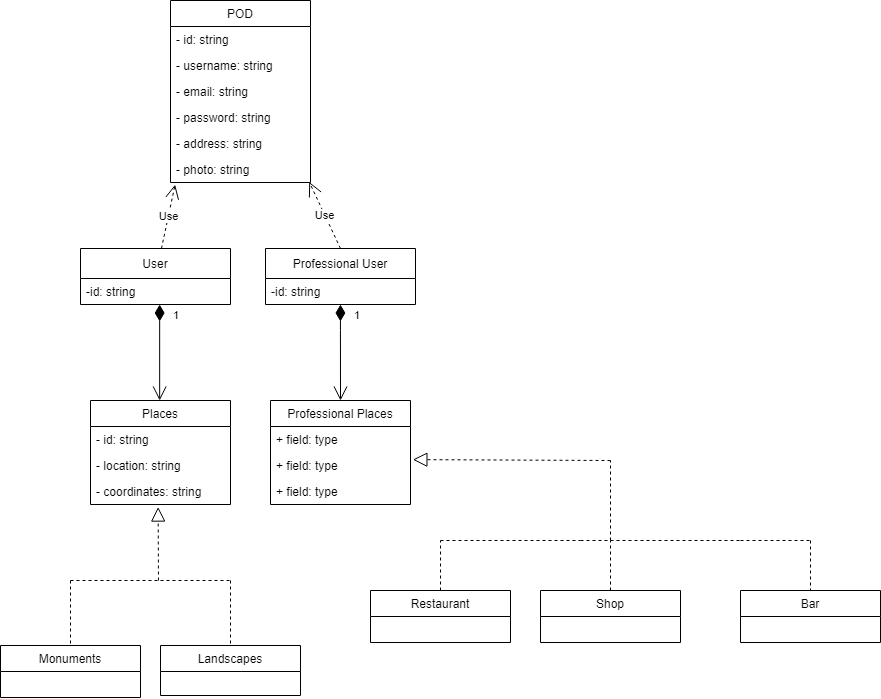
This is images/modeloDominio.png from Arquisoft/lomap_es5c, a draw.io export, as it was before one commit. Source tidied: cells renumbered, new cells last; positions are measured from the earlier drawing's top-left corner, leaving out a move shared by most shapes.
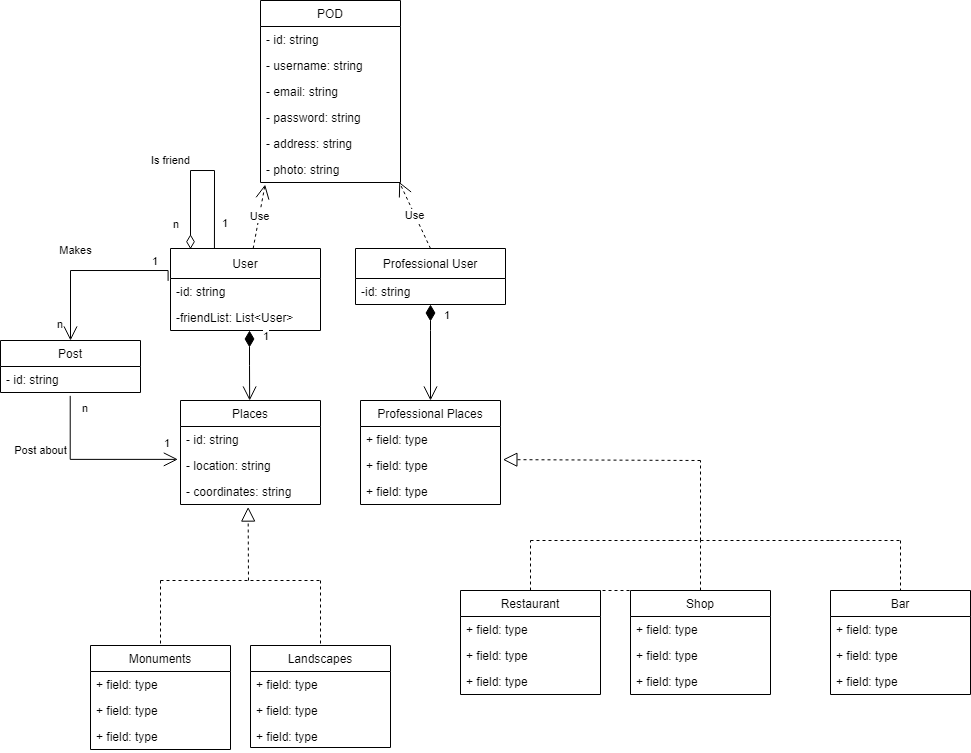
Later version of the same file.

Change to the diagram source:
```diff
@@ -3,10 +3,13 @@
     <mxCell id="0" />
     <mxCell id="1" parent="0" />
     <mxCell id="2" value="User" style="swimlane;fontStyle=0;horizontal=1;startSize=30;fillColor=none;" parent="1" vertex="1">
-      <mxGeometry x="80" y="248" width="150" height="56" as="geometry" />
+      <mxGeometry x="80" y="248" width="150" height="82" as="geometry" />
     </mxCell>
+    <mxCell id="42" value="-id: string" style="text;strokeColor=none;fillColor=none;align=left;verticalAlign=top;spacingLeft=4;spacingRight=4;overflow=hidden;" parent="2" vertex="1">
+      <mxGeometry y="30" width="150" height="26" as="geometry" />
+    </mxCell>
-    <mxCell id="3" value="-id: string" style="text;strokeColor=none;fillColor=none;align=left;verticalAlign=top;spacingLeft=4;spacingRight=4;overflow=hidden;" parent="2" vertex="1">
-      <mxGeometry y="30" width="150" height="26" as="geometry" />
+    <mxCell id="3" value="-friendList: List&lt;User&gt;" style="text;strokeColor=none;fillColor=none;align=left;verticalAlign=top;spacingLeft=4;spacingRight=4;overflow=hidden;" parent="2" vertex="1">
+      <mxGeometry y="56" width="150" height="26" as="geometry" />
     </mxCell>
     <mxCell id="4" value="Places" style="swimlane;fontStyle=0;horizontal=1;startSize=26;fillColor=none;" parent="1" vertex="1">
       <mxGeometry x="90" y="400" width="140" height="104" as="geometry" />
@@ -45,8 +48,17 @@
       <mxGeometry relative="1" as="geometry" />
     </mxCell>
     <mxCell id="16" value="Restaurant" style="swimlane;fontStyle=0;horizontal=1;startSize=26;fillColor=none;" parent="1" vertex="1">
-      <mxGeometry x="370" y="590" width="140" height="52" as="geometry" />
+      <mxGeometry x="370" y="590" width="140" height="104" as="geometry" />
     </mxCell>
+    <mxCell id="43" value="+ field: type" style="text;strokeColor=none;fillColor=none;align=left;verticalAlign=top;spacingLeft=4;spacingRight=4;overflow=hidden;" parent="16" vertex="1">
+      <mxGeometry y="26" width="140" height="26" as="geometry" />
+    </mxCell>
+    <mxCell id="44" value="+ field: type" style="text;strokeColor=none;fillColor=none;align=left;verticalAlign=top;spacingLeft=4;spacingRight=4;overflow=hidden;" parent="16" vertex="1">
+      <mxGeometry y="52" width="140" height="26" as="geometry" />
+    </mxCell>
+    <mxCell id="45" value="+ field: type" style="text;strokeColor=none;fillColor=none;align=left;verticalAlign=top;spacingLeft=4;spacingRight=4;overflow=hidden;" parent="16" vertex="1">
+      <mxGeometry y="78" width="140" height="26" as="geometry" />
+    </mxCell>
     <mxCell id="17" value="Professional User" style="swimlane;fontStyle=0;horizontal=1;startSize=30;fillColor=none;" parent="1" vertex="1">
       <mxGeometry x="265" y="248" width="150" height="56" as="geometry" />
     </mxCell>
@@ -57,17 +69,53 @@
       <mxGeometry relative="1" as="geometry" />
     </mxCell>
     <mxCell id="20" value="Shop" style="swimlane;fontStyle=0;horizontal=1;startSize=26;fillColor=none;" parent="1" vertex="1">
-      <mxGeometry x="540" y="590" width="140" height="52" as="geometry" />
+      <mxGeometry x="540" y="590" width="140" height="104" as="geometry" />
     </mxCell>
+    <mxCell id="46" value="+ field: type" style="text;strokeColor=none;fillColor=none;align=left;verticalAlign=top;spacingLeft=4;spacingRight=4;overflow=hidden;" parent="20" vertex="1">
+      <mxGeometry y="26" width="140" height="26" as="geometry" />
+    </mxCell>
+    <mxCell id="47" value="+ field: type" style="text;strokeColor=none;fillColor=none;align=left;verticalAlign=top;spacingLeft=4;spacingRight=4;overflow=hidden;" parent="20" vertex="1">
+      <mxGeometry y="52" width="140" height="26" as="geometry" />
+    </mxCell>
+    <mxCell id="48" value="+ field: type" style="text;strokeColor=none;fillColor=none;align=left;verticalAlign=top;spacingLeft=4;spacingRight=4;overflow=hidden;" parent="20" vertex="1">
+      <mxGeometry y="78" width="140" height="26" as="geometry" />
+    </mxCell>
     <mxCell id="21" value="Landscapes" style="swimlane;fontStyle=0;horizontal=1;startSize=26;fillColor=none;" parent="1" vertex="1">
-      <mxGeometry x="160" y="645" width="140" height="50" as="geometry" />
+      <mxGeometry x="160" y="645" width="140" height="102" as="geometry" />
     </mxCell>
+    <mxCell id="49" value="+ field: type" style="text;strokeColor=none;fillColor=none;align=left;verticalAlign=top;spacingLeft=4;spacingRight=4;overflow=hidden;" parent="21" vertex="1">
+      <mxGeometry y="26" width="140" height="26" as="geometry" />
+    </mxCell>
+    <mxCell id="50" value="+ field: type" style="text;strokeColor=none;fillColor=none;align=left;verticalAlign=top;spacingLeft=4;spacingRight=4;overflow=hidden;" parent="21" vertex="1">
+      <mxGeometry y="52" width="140" height="26" as="geometry" />
+    </mxCell>
+    <mxCell id="51" value="+ field: type" style="text;strokeColor=none;fillColor=none;align=left;verticalAlign=top;spacingLeft=4;spacingRight=4;overflow=hidden;" parent="21" vertex="1">
+      <mxGeometry y="78" width="140" height="24" as="geometry" />
+    </mxCell>
     <mxCell id="22" value="Monuments" style="swimlane;fontStyle=0;horizontal=1;startSize=26;fillColor=none;" parent="1" vertex="1">
-      <mxGeometry y="645" width="140" height="52" as="geometry" />
+      <mxGeometry y="645" width="140" height="104" as="geometry" />
     </mxCell>
+    <mxCell id="52" value="+ field: type" style="text;strokeColor=none;fillColor=none;align=left;verticalAlign=top;spacingLeft=4;spacingRight=4;overflow=hidden;" parent="22" vertex="1">
+      <mxGeometry y="26" width="140" height="26" as="geometry" />
+    </mxCell>
+    <mxCell id="53" value="+ field: type" style="text;strokeColor=none;fillColor=none;align=left;verticalAlign=top;spacingLeft=4;spacingRight=4;overflow=hidden;" parent="22" vertex="1">
+      <mxGeometry y="52" width="140" height="26" as="geometry" />
+    </mxCell>
+    <mxCell id="54" value="+ field: type" style="text;strokeColor=none;fillColor=none;align=left;verticalAlign=top;spacingLeft=4;spacingRight=4;overflow=hidden;" parent="22" vertex="1">
+      <mxGeometry y="78" width="140" height="26" as="geometry" />
+    </mxCell>
     <mxCell id="23" value="Bar" style="swimlane;fontStyle=0;horizontal=1;startSize=26;fillColor=none;" parent="1" vertex="1">
-      <mxGeometry x="740" y="590" width="140" height="52" as="geometry" />
+      <mxGeometry x="740" y="590" width="140" height="104" as="geometry" />
     </mxCell>
+    <mxCell id="55" value="+ field: type" style="text;strokeColor=none;fillColor=none;align=left;verticalAlign=top;spacingLeft=4;spacingRight=4;overflow=hidden;" parent="23" vertex="1">
+      <mxGeometry y="26" width="140" height="26" as="geometry" />
+    </mxCell>
+    <mxCell id="56" value="+ field: type" style="text;strokeColor=none;fillColor=none;align=left;verticalAlign=top;spacingLeft=4;spacingRight=4;overflow=hidden;" parent="23" vertex="1">
+      <mxGeometry y="52" width="140" height="26" as="geometry" />
+    </mxCell>
+    <mxCell id="57" value="+ field: type" style="text;strokeColor=none;fillColor=none;align=left;verticalAlign=top;spacingLeft=4;spacingRight=4;overflow=hidden;" parent="23" vertex="1">
+      <mxGeometry y="78" width="140" height="26" as="geometry" />
+    </mxCell>
     <mxCell id="24" value="Professional Places" style="swimlane;fontStyle=0;horizontal=1;startSize=26;fillColor=none;" parent="1" vertex="1">
       <mxGeometry x="270" y="400" width="140" height="104" as="geometry" />
     </mxCell>
@@ -80,9 +128,9 @@
     <mxCell id="27" value="+ field: type" style="text;strokeColor=none;fillColor=none;align=left;verticalAlign=top;spacingLeft=4;spacingRight=4;overflow=hidden;" parent="24" vertex="1">
       <mxGeometry y="78" width="140" height="26" as="geometry" />
     </mxCell>
-    <mxCell id="28" value="1" style="endArrow=open;html=1;endSize=12;startArrow=diamondThin;startSize=14;startFill=1;edgeStyle=orthogonalEdgeStyle;align=left;verticalAlign=bottom;rounded=0;exitX=0.487;exitY=1.209;exitDx=0;exitDy=0;exitPerimeter=0;entryX=0.494;entryY=0;entryDx=0;entryDy=0;entryPerimeter=0;" parent="1" edge="1" target="4">
+    <mxCell id="28" value="1" style="endArrow=open;html=1;endSize=12;startArrow=diamondThin;startSize=14;startFill=1;edgeStyle=orthogonalEdgeStyle;align=left;verticalAlign=bottom;rounded=0;entryX=0.494;entryY=0;entryDx=0;entryDy=0;entryPerimeter=0;" parent="1" edge="1" target="4">
       <mxGeometry x="-0.58" y="12" relative="1" as="geometry">
-        <mxPoint x="159.2" y="304" as="sourcePoint" />
+        <mxPoint x="159" y="330" as="sourcePoint" />
       </mxGeometry>
     </mxCell>
     <mxCell id="29" value="1" style="endArrow=open;html=1;endSize=12;startArrow=diamondThin;startSize=14;startFill=1;edgeStyle=orthogonalEdgeStyle;align=left;verticalAlign=bottom;rounded=0;entryX=0.5;entryY=0;entryDx=0;entryDy=0;" parent="1" edge="1" source="18" target="24">
@@ -131,6 +179,12 @@
         <mxPoint x="810" y="540" as="sourcePoint" />
       </mxGeometry>
     </mxCell>
+    <mxCell id="58" style="endArrow=none;endFill=0;endSize=24;html=1;rounded=0;shadow=0;dashed=1;" parent="1" edge="1">
+      <mxGeometry relative="1" as="geometry">
+        <mxPoint x="470" y="590" as="sourcePoint" />
+        <mxPoint x="630" y="590" as="targetPoint" />
+      </mxGeometry>
+    </mxCell>
     <mxCell id="37" style="endArrow=none;endFill=0;endSize=24;html=1;rounded=0;shadow=0;dashed=1;" parent="1" edge="1">
       <mxGeometry relative="1" as="geometry">
         <mxPoint x="610" y="540" as="sourcePoint" />
@@ -158,5 +212,61 @@
         <mxPoint x="230" y="580" as="sourcePoint" />
       </mxGeometry>
     </mxCell>
+    <mxCell id="59" value="Post" style="swimlane;fontStyle=0;horizontal=1;startSize=26;fillColor=none;" parent="1" vertex="1">
+      <mxGeometry x="-90" y="340" width="140" height="52" as="geometry" />
+    </mxCell>
+    <mxCell id="60" value="- id: string" style="text;strokeColor=none;fillColor=none;align=left;verticalAlign=top;spacingLeft=4;spacingRight=4;overflow=hidden;points=[[0,0.5],[1,0.5]];portConstraint=eastwest;" parent="59" vertex="1">
+      <mxGeometry y="26" width="140" height="26" as="geometry" />
+    </mxCell>
+    <mxCell id="61" value="Post about" style="endArrow=open;html=1;endSize=12;startArrow=none;startSize=14;startFill=0;edgeStyle=orthogonalEdgeStyle;rounded=0;entryX=-0.019;entryY=0.265;entryDx=0;entryDy=0;entryPerimeter=0;exitX=0.498;exitY=1.129;exitDx=0;exitDy=0;exitPerimeter=0;endFill=0;" parent="1" edge="1" source="60" target="6">
+      <mxGeometry x="-0.36" y="-30" relative="1" as="geometry">
+        <Array as="points">
+          <mxPoint x="-20" y="459" />
+        </Array>
+      </mxGeometry>
+    </mxCell>
+    <mxCell id="62" value="n" style="edgeLabel;html=1;align=left;verticalAlign=top;" parent="61" vertex="1">
+      <mxGeometry x="-1" relative="1" as="geometry">
+        <mxPoint x="10" as="offset" />
+      </mxGeometry>
+    </mxCell>
+    <mxCell id="63" value="1" style="edgeLabel;html=1;align=right;verticalAlign=top;" parent="61" vertex="1">
+      <mxGeometry x="1" relative="1" as="geometry">
+        <mxPoint x="-7" y="-29" as="offset" />
+      </mxGeometry>
+    </mxCell>
+    <mxCell id="64" value="Makes" style="endArrow=open;html=1;endSize=12;startArrow=none;startSize=14;startFill=0;edgeStyle=orthogonalEdgeStyle;rounded=0;entryX=0.5;entryY=0;entryDx=0;entryDy=0;exitX=-0.016;exitY=0.395;exitDx=0;exitDy=0;exitPerimeter=0;endFill=0;" parent="1" edge="1" source="2" target="59">
+      <mxGeometry x="0.17" y="-20" relative="1" as="geometry">
+        <Array as="points">
+          <mxPoint x="-20" y="270" />
+        </Array>
+      </mxGeometry>
+    </mxCell>
+    <mxCell id="65" value="n" style="edgeLabel;html=1;align=right;verticalAlign=top;" parent="64" vertex="1">
+      <mxGeometry x="1" relative="1" as="geometry">
+        <mxPoint x="-7" y="-29" as="offset" />
+      </mxGeometry>
+    </mxCell>
+    <mxCell id="66" value="1" style="edgeLabel;html=1;align=left;verticalAlign=top;" parent="1" vertex="1">
+      <mxGeometry x="60" y="248" as="geometry" />
+    </mxCell>
+    <mxCell id="67" value="Is friend" style="endArrow=diamondThin;html=1;endSize=12;startArrow=none;startSize=14;startFill=0;edgeStyle=orthogonalEdgeStyle;rounded=0;entryX=0.127;entryY=0.009;entryDx=0;entryDy=0;exitX=0.293;exitY=-0.002;exitDx=0;exitDy=0;exitPerimeter=0;endFill=0;entryPerimeter=0;" parent="1" edge="1" source="2" target="2">
+      <mxGeometry x="0.12" y="-22" relative="1" as="geometry">
+        <Array as="points">
+          <mxPoint x="124" y="170" />
+          <mxPoint x="100" y="170" />
+          <mxPoint x="100" y="248" />
+        </Array>
+        <mxPoint x="2" y="-10" as="offset" />
+      </mxGeometry>
+    </mxCell>
+    <mxCell id="68" value="n" style="edgeLabel;html=1;align=right;verticalAlign=top;" parent="67" vertex="1">
+      <mxGeometry x="1" relative="1" as="geometry">
+        <mxPoint x="-9" y="-38" as="offset" />
+      </mxGeometry>
+    </mxCell>
+    <mxCell id="69" value="1" style="edgeLabel;html=1;align=left;verticalAlign=top;" parent="1" vertex="1">
+      <mxGeometry x="130" y="210" as="geometry" />
+    </mxCell>
   </root>
 </mxGraphModel>
```
